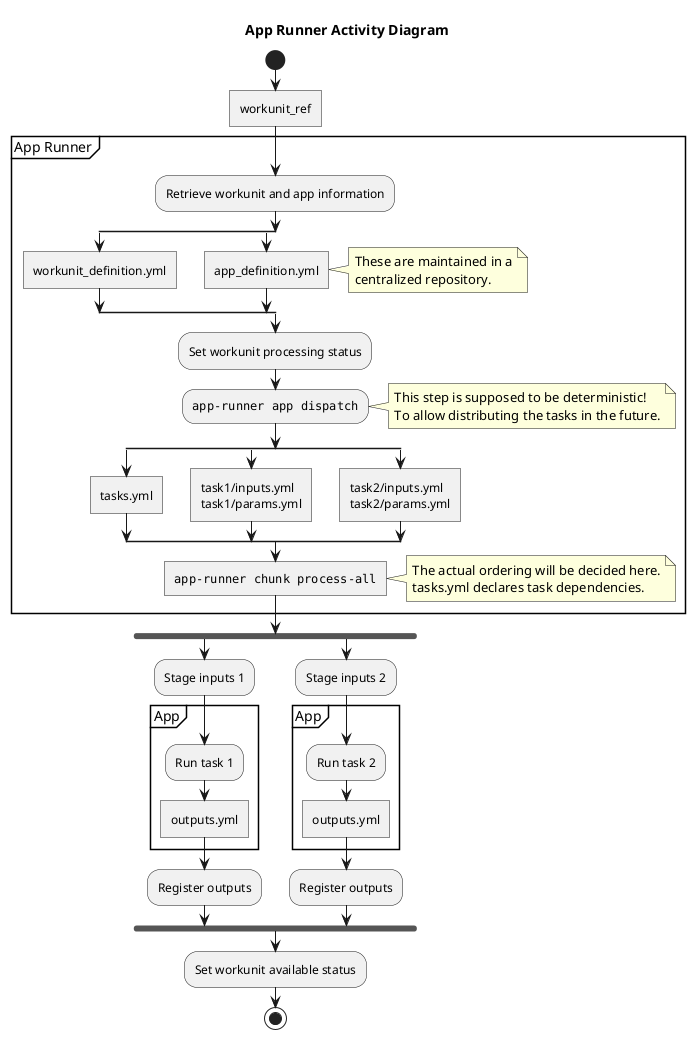
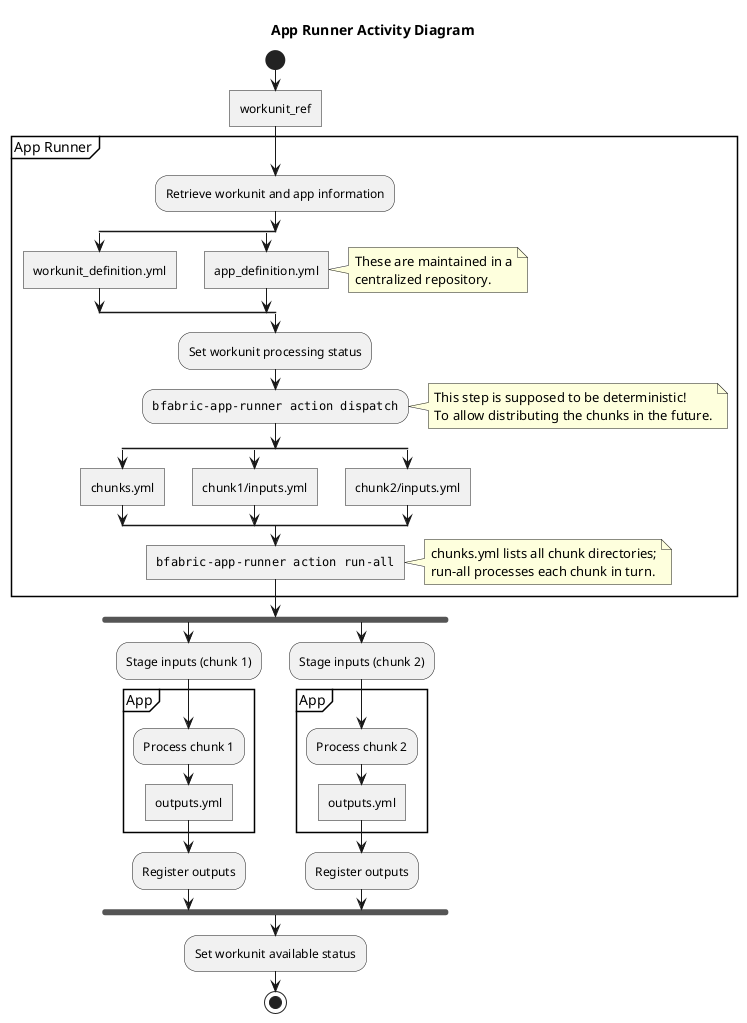
@startuml
    title
      App Runner Activity Diagram
    end title

    start
    :workunit_ref]
    partition App Runner {
      :Retrieve workunit and app information;
      split
        :workunit_definition.yml]
      split again
      :app_definition.yml]
      note right
        These are maintained in a
        centralized repository.
      end note
      end split

      :Set workunit processing status;
-       :""app-runner app dispatch"";
+       :""bfabric-app-runner action dispatch"";
      note right
        This step is supposed to be deterministic!
-         To allow distributing the tasks in the future.
+         To allow distributing the chunks in the future.
      end note
      split
-         :tasks.yml]
+         :chunks.yml]
      split again
-         :task1/inputs.yml
-         task1/params.yml]
+         :chunk1/inputs.yml]
      split again
-         :task2/inputs.yml
-         task2/params.yml]
+         :chunk2/inputs.yml]
      end split
    ' Unclear
    '  :Precondition check;
-       :""app-runner chunk process-all""]
+       :""bfabric-app-runner action run-all""]
    }

    note right
-        The actual ordering will be decided here.
-        tasks.yml declares task dependencies.
+        chunks.yml lists all chunk directories;
+        run-all processes each chunk in turn.
    end note
    fork
-         :Stage inputs 1;
+         :Stage inputs (chunk 1);
        partition App {
-           :Run task 1;
+           :Process chunk 1;
          :outputs.yml]
        }
        :Register outputs;
    fork again
-         :Stage inputs 2;
+         :Stage inputs (chunk 2);
        partition App {
-           :Run task 2;
+           :Process chunk 2;
          :outputs.yml]
        }
        :Register outputs;
    end fork

    :Set workunit available status;
    stop
@enduml
